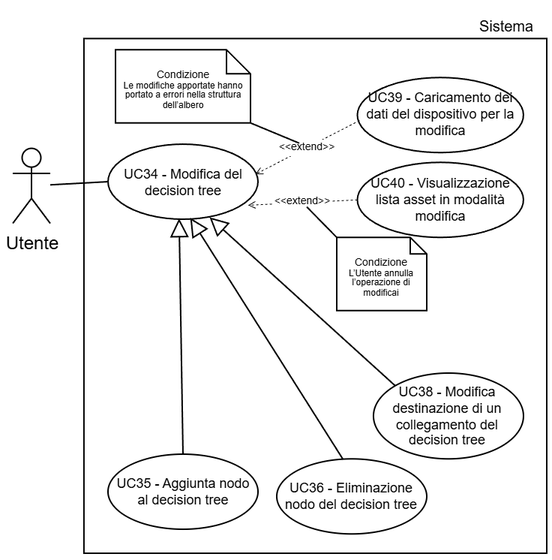
Before: Tutti i documenti/Assets/Diagrammi/UC34.png, a diagram exported from draw.io (AtlasTeam9/Documenti). Source tidied: cells renumbered, new cells last; positions are measured from the earlier drawing's top-left corner, leaving out a move shared by most shapes. Source of this version:
```xml
<mxGraphModel background="light-dark(#FFFFFF,#FFFFFF)">
  <root>
    <mxCell id="0" />
    <mxCell id="1" parent="0" />
    <mxCell id="2" value="Sistema" style="text;html=1;whiteSpace=wrap;strokeColor=none;fillColor=none;align=center;verticalAlign=middle;rounded=0;fontFamily=Helvetica;fontSize=10;fontColor=light-dark(#000000,#000000);labelBackgroundColor=none;" parent="1" vertex="1">
      <mxGeometry x="301.5" y="0.1" width="54.5" height="30" as="geometry" />
    </mxCell>
    <mxCell id="3" style="whiteSpace=wrap;html=1;strokeColor=light-dark(#000000,#000000);align=center;verticalAlign=top;fontFamily=Helvetica;fontSize=12;fontColor=default;fillColor=light-dark(#FFFFFF,#FFFFFF);strokeWidth=1;" parent="1" vertex="1">
      <mxGeometry x="47.5" y="23.2" width="308.5" height="342.8" as="geometry" />
    </mxCell>
    <mxCell id="4" value="&lt;font style=&quot;color: light-dark(rgb(0, 0, 0), rgb(0, 0, 0));&quot;&gt;Utente&lt;/font&gt;" style="shape=umlActor;verticalLabelPosition=bottom;verticalAlign=top;html=1;outlineConnect=0;strokeColor=light-dark(#000000,#000000);fillColor=light-dark(#FFFFFF,transparent);" parent="1" vertex="1">
      <mxGeometry y="96.3" width="25" height="50" as="geometry" />
    </mxCell>
    <mxCell id="5" value="&lt;font style=&quot;color: light-dark(rgb(0, 0, 0), rgb(0, 0, 0)); line-height: 100%;&quot;&gt;UC34 - Modifica del decision tree&lt;/font&gt;" style="ellipse;whiteSpace=wrap;html=1;strokeColor=light-dark(#000000,#000000);align=center;verticalAlign=middle;fontFamily=Helvetica;fontSize=9;fontColor=default;fillColor=light-dark(#FFFFFF, #ffffff);" parent="1" vertex="1">
      <mxGeometry x="63.5" y="93.5" width="100" height="50" as="geometry" />
    </mxCell>
    <mxCell id="6" style="rounded=0;jettySize=auto;html=1;exitX=0;exitY=0.5;exitDx=0;exitDy=0;strokeColor=light-dark(#000000,#000000);endArrow=none;endFill=0;" parent="1" edge="1" source="5" target="4">
      <mxGeometry relative="1" as="geometry" />
    </mxCell>
    <mxCell id="7" value="&amp;lt;&amp;lt;extend&amp;gt;&amp;gt;" style="endArrow=open;endSize=4;dashed=1;html=1;rounded=0;strokeColor=light-dark(#000000,#000000);strokeWidth=0.5;align=center;verticalAlign=middle;fontFamily=Helvetica;fontSize=7;fontColor=light-dark(#000000,#000000);labelBackgroundColor=light-dark(#000000,#FFFFFF);jumpSize=6;curved=0;entryX=0.933;entryY=0.814;entryDx=0;entryDy=0;exitX=0;exitY=0.5;exitDx=0;exitDy=0;labelPosition=center;verticalLabelPosition=middle;labelBorderColor=default;entryPerimeter=0;" parent="1" edge="1" source="8" target="5">
      <mxGeometry relative="1" as="geometry" />
    </mxCell>
    <mxCell id="8" value="&lt;font style=&quot;color: light-dark(rgb(0, 0, 0), rgb(0, 0, 0)); line-height: 100%;&quot;&gt;UC40 - Visualizzazione lista asset in modalità modifica&lt;/font&gt;" style="ellipse;whiteSpace=wrap;html=1;strokeColor=light-dark(#000000,#000000);align=center;verticalAlign=middle;fontFamily=Helvetica;fontSize=9;fontColor=default;fillColor=light-dark(#FFFFFF, #ffffff);" parent="1" vertex="1">
      <mxGeometry x="229.8" y="105.6" width="110.7" height="50" as="geometry" />
    </mxCell>
    <mxCell id="9" value="&lt;div style=&quot;line-height: 90%;&quot;&gt;&lt;font style=&quot;color: light-dark(rgb(0, 0, 0), rgb(0, 0, 0));&quot;&gt;Condizione&lt;/font&gt;&lt;div&gt;&lt;span id=&quot;docs-internal-guid-caf54f7a-7fff-3423-d8c9-518d23ddce13&quot;&gt;&lt;span style=&quot;font-family: Arial, sans-serif; background-color: transparent; font-variant-numeric: normal; font-variant-east-asian: normal; font-variant-alternates: normal; font-variant-position: normal; font-variant-emoji: normal; vertical-align: baseline; white-space-collapse: preserve;&quot;&gt;&lt;font style=&quot;font-size: 6px; color: light-dark(rgb(0, 0, 0), rgb(0, 0, 0)); line-height: 110%;&quot;&gt;L’Utente annulla l’operazione di modificai&lt;/font&gt;&lt;/span&gt;&lt;/span&gt;&lt;/div&gt;&lt;/div&gt;" style="shape=note;size=11;whiteSpace=wrap;html=1;strokeColor=light-dark(#000000,#000000);align=center;verticalAlign=middle;fontFamily=Helvetica;fontSize=7;fontColor=default;labelBackgroundColor=none;fillColor=light-dark(#FFFFFF,#FFFFFF);spacing=3;strokeWidth=1;spacingTop=6;" parent="1" vertex="1">
      <mxGeometry x="216" y="155.6" width="60" height="48.8" as="geometry" />
    </mxCell>
    <mxCell id="10" style="endArrow=none;endFill=0;endSize=12;html=1;rounded=0;strokeColor=light-dark(#000000,#000000);startSize=9;strokeWidth=1;entryX=0;entryY=0;entryDx=0;entryDy=0;entryPerimeter=0;" parent="1" edge="1" target="9">
      <mxGeometry relative="1" as="geometry">
        <mxPoint x="196" y="135.3" as="sourcePoint" />
      </mxGeometry>
    </mxCell>
    <mxCell id="11" value="&lt;font style=&quot;color: light-dark(rgb(0, 0, 0), rgb(0, 0, 0)); line-height: 100%;&quot;&gt;UC39 - Caricamento dei dati del dispositivo per la modifica&lt;/font&gt;" style="ellipse;whiteSpace=wrap;html=1;strokeColor=light-dark(#000000,#000000);align=center;verticalAlign=middle;fontFamily=Helvetica;fontSize=9;fontColor=default;fillColor=light-dark(#FFFFFF, #ffffff);" parent="1" vertex="1">
      <mxGeometry x="229.8" y="49.1" width="110.7" height="50" as="geometry" />
    </mxCell>
    <mxCell id="12" value="&amp;lt;&amp;lt;extend&amp;gt;&amp;gt;" style="endArrow=open;endSize=4;dashed=1;html=1;rounded=0;strokeColor=light-dark(#000000,#000000);strokeWidth=0.5;align=center;verticalAlign=middle;fontFamily=Helvetica;fontSize=7;fontColor=light-dark(#000000,#000000);labelBackgroundColor=light-dark(#000000,#FFFFFF);jumpSize=6;curved=0;entryX=0.982;entryY=0.402;entryDx=0;entryDy=0;exitX=0.013;exitY=0.573;exitDx=0;exitDy=0;labelPosition=center;verticalLabelPosition=middle;labelBorderColor=default;exitPerimeter=0;entryPerimeter=0;" parent="1" edge="1" source="11" target="5">
      <mxGeometry relative="1" as="geometry" />
    </mxCell>
    <mxCell id="13" value="&lt;div style=&quot;line-height: 90%;&quot;&gt;&lt;font style=&quot;color: light-dark(rgb(0, 0, 0), rgb(0, 0, 0));&quot;&gt;Condizione&lt;/font&gt;&lt;div&gt;&lt;span id=&quot;docs-internal-guid-caf54f7a-7fff-3423-d8c9-518d23ddce13&quot;&gt;&lt;span style=&quot;font-family: Arial, sans-serif; background-color: transparent; font-variant-numeric: normal; font-variant-east-asian: normal; font-variant-alternates: normal; font-variant-position: normal; font-variant-emoji: normal; vertical-align: baseline; white-space-collapse: preserve;&quot;&gt;&lt;font style=&quot;font-size: 6px; color: light-dark(rgb(0, 0, 0), rgb(0, 0, 0)); line-height: 110%;&quot;&gt;Le modifiche apportate hanno portato a errori nella struttura dell’albero&lt;/font&gt;&lt;/span&gt;&lt;/span&gt;&lt;/div&gt;&lt;/div&gt;" style="shape=note;size=16;whiteSpace=wrap;html=1;strokeColor=light-dark(#000000,#000000);align=center;verticalAlign=middle;fontFamily=Helvetica;fontSize=7;fontColor=default;labelBackgroundColor=none;fillColor=light-dark(#FFFFFF,#FFFFFF);spacing=3;strokeWidth=1;spacingTop=6;" parent="1" vertex="1">
      <mxGeometry x="68.5" y="30.7" width="90" height="48.8" as="geometry" />
    </mxCell>
    <mxCell id="14" style="endArrow=none;endFill=0;endSize=12;html=1;rounded=0;strokeColor=light-dark(#000000,#000000);startSize=9;strokeWidth=1;entryX=1;entryY=1;entryDx=0;entryDy=0;entryPerimeter=0;" parent="1" edge="1" target="13">
      <mxGeometry relative="1" as="geometry">
        <mxPoint x="191" y="92.9" as="sourcePoint" />
      </mxGeometry>
    </mxCell>
    <mxCell id="15" style="endArrow=block;endFill=0;html=1;rounded=0;strokeWidth=1;entryX=0.474;entryY=0.99;entryDx=0;entryDy=0;entryPerimeter=0;exitX=0.5;exitY=0;exitDx=0;exitDy=0;startArrow=none;startFill=0;endSize=10;strokeColor=light-dark(#000000,#000000);" parent="1" edge="1" source="16" target="5">
      <mxGeometry relative="1" as="geometry" />
    </mxCell>
    <mxCell id="16" value="&lt;font style=&quot;color: light-dark(rgb(0, 0, 0), rgb(0, 0, 0)); line-height: 100%;&quot;&gt;UC35 - Aggiunta nodo al decision tree&lt;/font&gt;" style="ellipse;whiteSpace=wrap;html=1;strokeColor=light-dark(#000000,#000000);align=center;verticalAlign=middle;fontFamily=Helvetica;fontSize=9;fontColor=default;fillColor=light-dark(#FFFFFF,#FFFFFF);" parent="1" vertex="1">
      <mxGeometry x="63.5" y="300" width="100" height="50" as="geometry" />
    </mxCell>
    <mxCell id="17" value="&lt;font style=&quot;color: light-dark(rgb(0, 0, 0), rgb(0, 0, 0)); line-height: 100%;&quot;&gt;UC36 - Eliminazione nodo del decision tree&lt;/font&gt;" style="ellipse;whiteSpace=wrap;html=1;strokeColor=light-dark(#000000,#000000);align=center;verticalAlign=middle;fontFamily=Helvetica;fontSize=9;fontColor=default;fillColor=light-dark(#FFFFFF,#FFFFFF);" parent="1" vertex="1">
      <mxGeometry x="176" y="303.1" width="100" height="50" as="geometry" />
    </mxCell>
    <mxCell id="18" style="endArrow=block;endFill=0;html=1;rounded=0;strokeWidth=1;entryX=0.548;entryY=0.981;entryDx=0;entryDy=0;entryPerimeter=0;exitX=0.442;exitY=0.007;exitDx=0;exitDy=0;startArrow=none;startFill=0;endSize=10;strokeColor=light-dark(#000000,#000000);exitPerimeter=0;" parent="1" edge="1" source="17" target="5">
      <mxGeometry relative="1" as="geometry" />
    </mxCell>
    <mxCell id="19" value="&lt;font style=&quot;color: light-dark(rgb(0, 0, 0), rgb(0, 0, 0)); line-height: 100%;&quot;&gt;UC38 - Modifica destinazione di un collegamento del decision tree&lt;/font&gt;" style="ellipse;whiteSpace=wrap;html=1;strokeColor=light-dark(#000000,#000000);align=center;verticalAlign=middle;fontFamily=Helvetica;fontSize=9;fontColor=default;fillColor=light-dark(#FFFFFF,#FFFFFF);" parent="1" vertex="1">
      <mxGeometry x="240.5" y="246" width="100" height="57.1" as="geometry" />
    </mxCell>
    <mxCell id="20" style="endArrow=block;endFill=0;html=1;rounded=0;strokeWidth=1;entryX=0.677;entryY=0.974;entryDx=0;entryDy=0;entryPerimeter=0;exitX=0;exitY=0;exitDx=0;exitDy=0;startArrow=none;startFill=0;endSize=10;strokeColor=light-dark(#000000,#000000);" parent="1" edge="1" source="19" target="5">
      <mxGeometry relative="1" as="geometry" />
    </mxCell>
  </root>
</mxGraphModel>
```
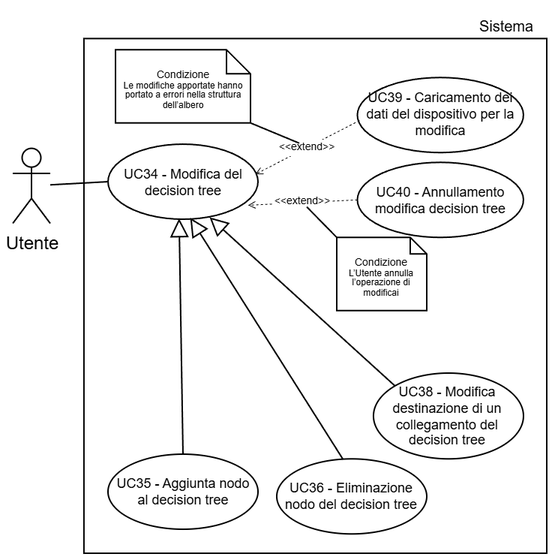
The same diagram one commit later.

Commit message:
Sistemati diagrammi

What changed in the source:
```diff
@@ -20,7 +20,7 @@
     <mxCell id="7" value="&amp;lt;&amp;lt;extend&amp;gt;&amp;gt;" style="endArrow=open;endSize=4;dashed=1;html=1;rounded=0;strokeColor=light-dark(#000000,#000000);strokeWidth=0.5;align=center;verticalAlign=middle;fontFamily=Helvetica;fontSize=7;fontColor=light-dark(#000000,#000000);labelBackgroundColor=light-dark(#000000,#FFFFFF);jumpSize=6;curved=0;entryX=0.933;entryY=0.814;entryDx=0;entryDy=0;exitX=0;exitY=0.5;exitDx=0;exitDy=0;labelPosition=center;verticalLabelPosition=middle;labelBorderColor=default;entryPerimeter=0;" parent="1" edge="1" source="8" target="5">
       <mxGeometry relative="1" as="geometry" />
     </mxCell>
-    <mxCell id="8" value="&lt;font style=&quot;color: light-dark(rgb(0, 0, 0), rgb(0, 0, 0)); line-height: 100%;&quot;&gt;UC40 - Visualizzazione lista asset in modalità modifica&lt;/font&gt;" style="ellipse;whiteSpace=wrap;html=1;strokeColor=light-dark(#000000,#000000);align=center;verticalAlign=middle;fontFamily=Helvetica;fontSize=9;fontColor=default;fillColor=light-dark(#FFFFFF, #ffffff);" parent="1" vertex="1">
+    <mxCell id="8" value="&lt;font style=&quot;color: light-dark(rgb(0, 0, 0), rgb(0, 0, 0)); line-height: 100%;&quot;&gt;UC40 - Annullamento modifica decision tree&lt;/font&gt;" style="ellipse;whiteSpace=wrap;html=1;strokeColor=light-dark(#000000,#000000);align=center;verticalAlign=middle;fontFamily=Helvetica;fontSize=9;fontColor=default;fillColor=light-dark(#FFFFFF, #ffffff);" parent="1" vertex="1">
       <mxGeometry x="229.8" y="105.6" width="110.7" height="50" as="geometry" />
     </mxCell>
     <mxCell id="9" value="&lt;div style=&quot;line-height: 90%;&quot;&gt;&lt;font style=&quot;color: light-dark(rgb(0, 0, 0), rgb(0, 0, 0));&quot;&gt;Condizione&lt;/font&gt;&lt;div&gt;&lt;span id=&quot;docs-internal-guid-caf54f7a-7fff-3423-d8c9-518d23ddce13&quot;&gt;&lt;span style=&quot;font-family: Arial, sans-serif; background-color: transparent; font-variant-numeric: normal; font-variant-east-asian: normal; font-variant-alternates: normal; font-variant-position: normal; font-variant-emoji: normal; vertical-align: baseline; white-space-collapse: preserve;&quot;&gt;&lt;font style=&quot;font-size: 6px; color: light-dark(rgb(0, 0, 0), rgb(0, 0, 0)); line-height: 110%;&quot;&gt;L’Utente annulla l’operazione di modificai&lt;/font&gt;&lt;/span&gt;&lt;/span&gt;&lt;/div&gt;&lt;/div&gt;" style="shape=note;size=11;whiteSpace=wrap;html=1;strokeColor=light-dark(#000000,#000000);align=center;verticalAlign=middle;fontFamily=Helvetica;fontSize=7;fontColor=default;labelBackgroundColor=none;fillColor=light-dark(#FFFFFF,#FFFFFF);spacing=3;strokeWidth=1;spacingTop=6;" parent="1" vertex="1">
```
